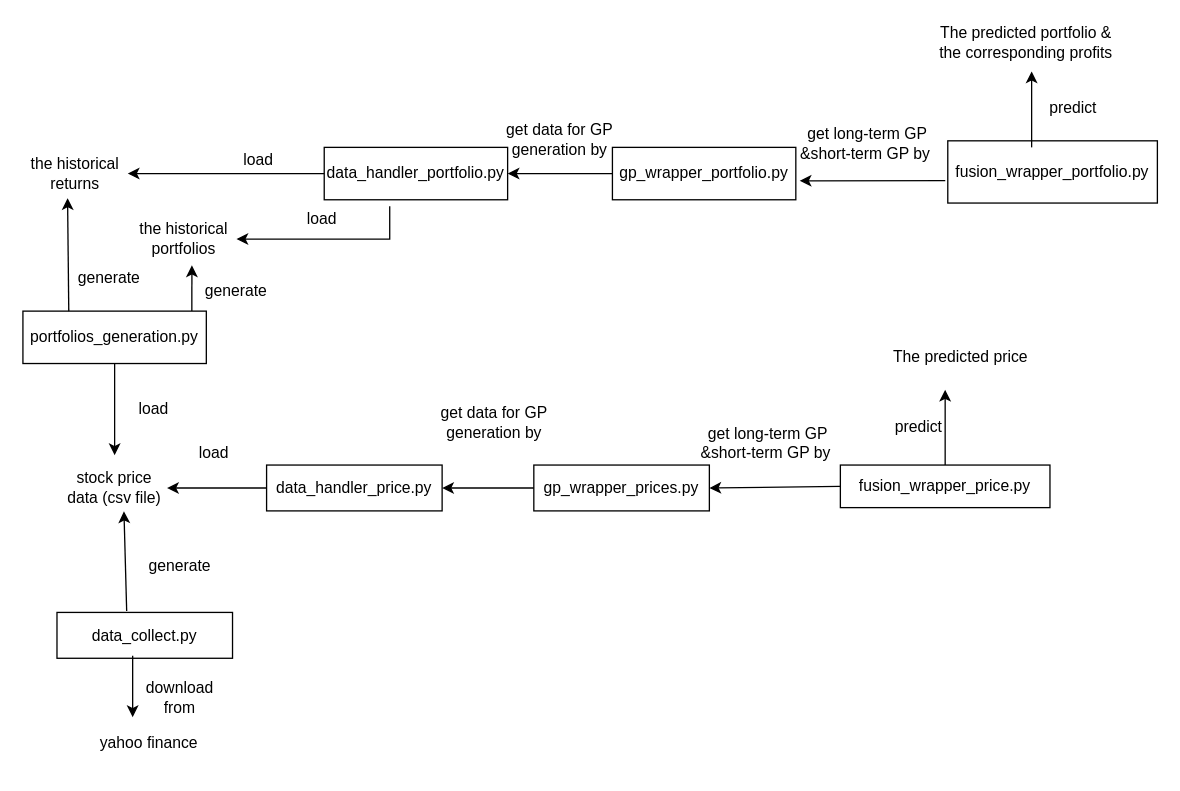
Before: doc/process.drawio in ZhangArcher/MT_github, a draw.io diagram. Source tidied: cells renumbered, new cells numbered last; positions are measured from the earlier drawing's top-left corner, leaving out a move shared by most shapes. Both pictures are drawn from the tidied source at 131%, with x=0, y=0 at pixel (22, 22).
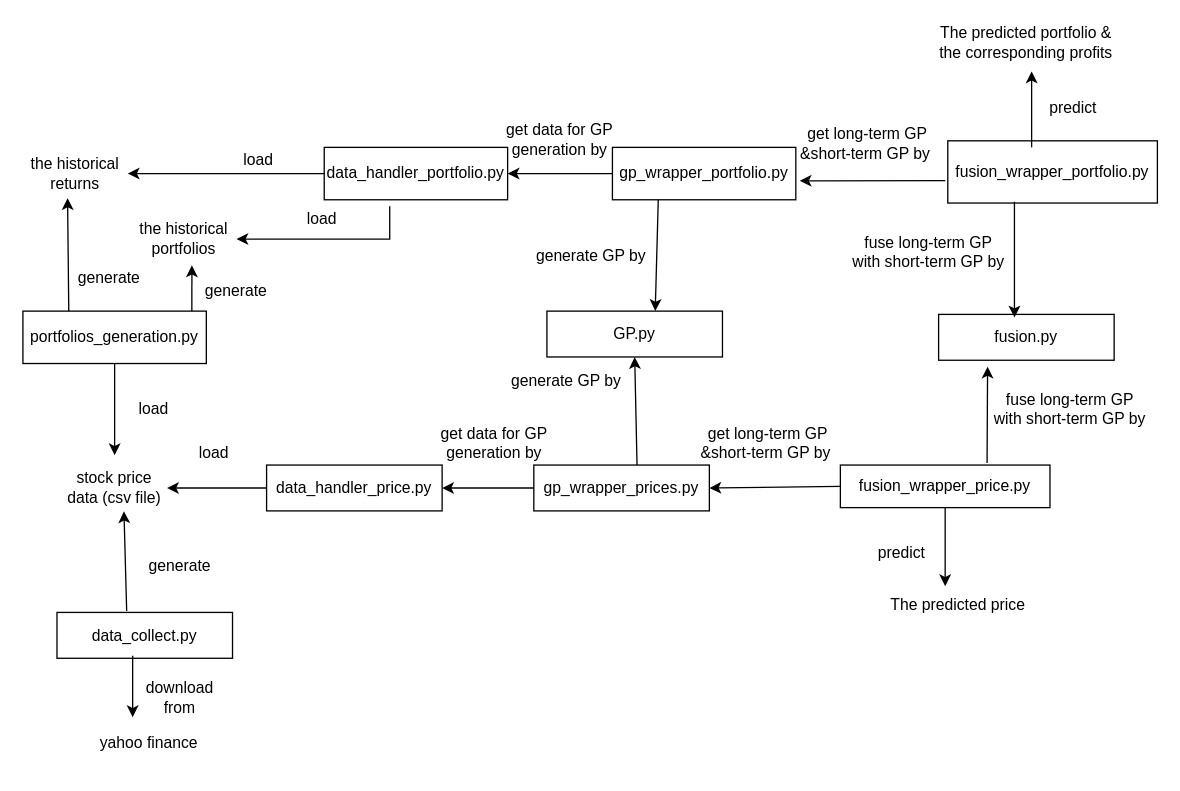
The same diagram, later.

The change refers to these unchanged cells:
```xml
<mxCell id="9" value="gp_wrapper_prices.py" style="rounded=0;whiteSpace=wrap;html=1;" parent="1" vertex="1">
  <mxGeometry x="390" y="337.5" width="134" height="35" as="geometry" />
</mxCell>
<mxCell id="11" value="fusion_wrapper_price.py" style="rounded=0;whiteSpace=wrap;html=1;" parent="1" vertex="1">
  <mxGeometry x="624" y="337.5" width="160" height="32.5" as="geometry" />
</mxCell>
<mxCell id="30" value="gp_wrapper_portfolio.py" style="rounded=0;whiteSpace=wrap;html=1;" parent="1" vertex="1">
  <mxGeometry x="450" y="95" width="140" height="40" as="geometry" />
</mxCell>
<mxCell id="33" value="fusion_wrapper_portfolio.py" style="rounded=0;whiteSpace=wrap;html=1;" parent="1" vertex="1">
  <mxGeometry x="706" y="90" width="160" height="47.5" as="geometry" />
</mxCell>
```

The edit, as a diff of the source:
```diff
@@
-    <mxCell id="13" style="endArrow=classic;html=1;rounded=0;exitX=0.5;exitY=0;exitDx=0;exitDy=0;" parent="1" edge="1" source="11">
+    <mxCell id="13" style="endArrow=classic;html=1;rounded=0;exitX=0.5;exitY=1;exitDx=0;exitDy=0;" parent="1" edge="1" source="11">
       <mxGeometry relative="1" as="geometry">
-        <mxPoint x="704" y="280" as="targetPoint" />
+        <mxPoint x="704" y="430" as="targetPoint" />
       </mxGeometry>
     </mxCell>
     <mxCell id="14" value="The predicted price" style="text;html=1;strokeColor=none;fillColor=none;align=center;verticalAlign=middle;whiteSpace=wrap;rounded=0;" parent="1" vertex="1">
-      <mxGeometry x="652" y="240" width="128" height="30" as="geometry" />
+      <mxGeometry x="650" y="430" width="128" height="30" as="geometry" />
     </mxCell>
     <mxCell id="15" value="predict" style="text;html=1;strokeColor=none;fillColor=none;align=center;verticalAlign=middle;whiteSpace=wrap;rounded=0;" parent="1" vertex="1">
-      <mxGeometry x="620" y="293.8" width="128" height="30" as="geometry" />
+      <mxGeometry x="607" y="390" width="128" height="30" as="geometry" />
     </mxCell>
     <mxCell id="16" value="get data for GP generation by" style="text;html=1;strokeColor=none;fillColor=none;align=center;verticalAlign=middle;whiteSpace=wrap;rounded=0;" parent="1" vertex="1">
-      <mxGeometry x="310" y="286.2" width="100" height="37.5" as="geometry" />
+      <mxGeometry x="310" y="302.5" width="100" height="37.5" as="geometry" />
     </mxCell>
@@
+    <mxCell id="45" value="GP.py" style="rounded=0;whiteSpace=wrap;html=1;" parent="1" vertex="1">
+      <mxGeometry x="400" y="220" width="134" height="35" as="geometry" />
+    </mxCell>
+    <mxCell id="46" value="fusion.py" style="rounded=0;whiteSpace=wrap;html=1;" parent="1" vertex="1">
+      <mxGeometry x="699" y="222.5" width="134" height="35" as="geometry" />
+    </mxCell>
+    <mxCell id="47" style="endArrow=classic;html=1;rounded=0;entryX=0.5;entryY=1;entryDx=0;entryDy=0;exitX=0.588;exitY=-0.001;exitDx=0;exitDy=0;exitPerimeter=0;" parent="1" edge="1" source="9" target="45">
+      <mxGeometry relative="1" as="geometry" />
+    </mxCell>
+    <mxCell id="48" style="endArrow=classic;html=1;rounded=0;entryX=0.617;entryY=-0.002;entryDx=0;entryDy=0;exitX=0.25;exitY=1;exitDx=0;exitDy=0;entryPerimeter=0;" parent="1" edge="1" source="30" target="45">
+      <mxGeometry relative="1" as="geometry" />
+    </mxCell>
+    <mxCell id="49" style="endArrow=classic;html=1;rounded=0;entryX=0.279;entryY=1.14;entryDx=0;entryDy=0;entryPerimeter=0;" parent="1" edge="1" target="46">
+      <mxGeometry relative="1" as="geometry">
+        <mxPoint x="736" y="336" as="sourcePoint" />
+      </mxGeometry>
+    </mxCell>
+    <mxCell id="50" style="endArrow=classic;html=1;rounded=0;entryX=0.432;entryY=0.068;entryDx=0;entryDy=0;exitX=0.318;exitY=0.981;exitDx=0;exitDy=0;exitPerimeter=0;entryPerimeter=0;" parent="1" edge="1" source="33" target="46">
+      <mxGeometry relative="1" as="geometry" />
+    </mxCell>
+    <mxCell id="51" value="generate GP by" style="text;html=1;strokeColor=none;fillColor=none;align=center;verticalAlign=middle;whiteSpace=wrap;rounded=0;" parent="1" vertex="1">
+      <mxGeometry x="360" y="246.3" width="110" height="56.2" as="geometry" />
+    </mxCell>
+    <mxCell id="52" value="generate GP by" style="text;html=1;strokeColor=none;fillColor=none;align=center;verticalAlign=middle;whiteSpace=wrap;rounded=0;" parent="1" vertex="1">
+      <mxGeometry x="379" y="150" width="110" height="56.2" as="geometry" />
+    </mxCell>
+    <mxCell id="53" value="fuse long-term GP with short-term GP by" style="text;html=1;strokeColor=none;fillColor=none;align=center;verticalAlign=middle;whiteSpace=wrap;rounded=0;" parent="1" vertex="1">
+      <mxGeometry x="630" y="150" width="123" height="50" as="geometry" />
+    </mxCell>
+    <mxCell id="54" value="fuse long-term GP with short-term GP by" style="text;html=1;strokeColor=none;fillColor=none;align=center;verticalAlign=middle;whiteSpace=wrap;rounded=0;" parent="1" vertex="1">
+      <mxGeometry x="738" y="270" width="123" height="50" as="geometry" />
+    </mxCell>
```
